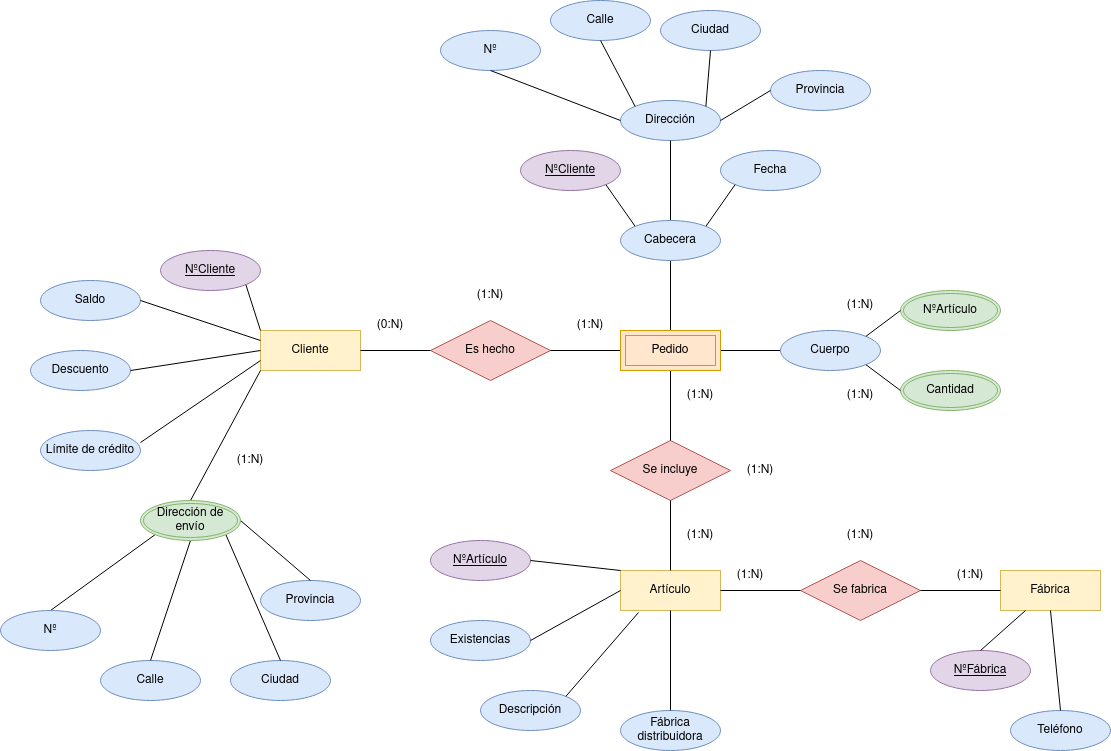
Earlier version of the draw.io export IMG/Sistema de artículos - Encargo.drawio.png (samugd17/base-datos-bae-). Source tidied: cells renumbered, new cells last; positions are measured from the earlier drawing's top-left corner, leaving out a move shared by most shapes.
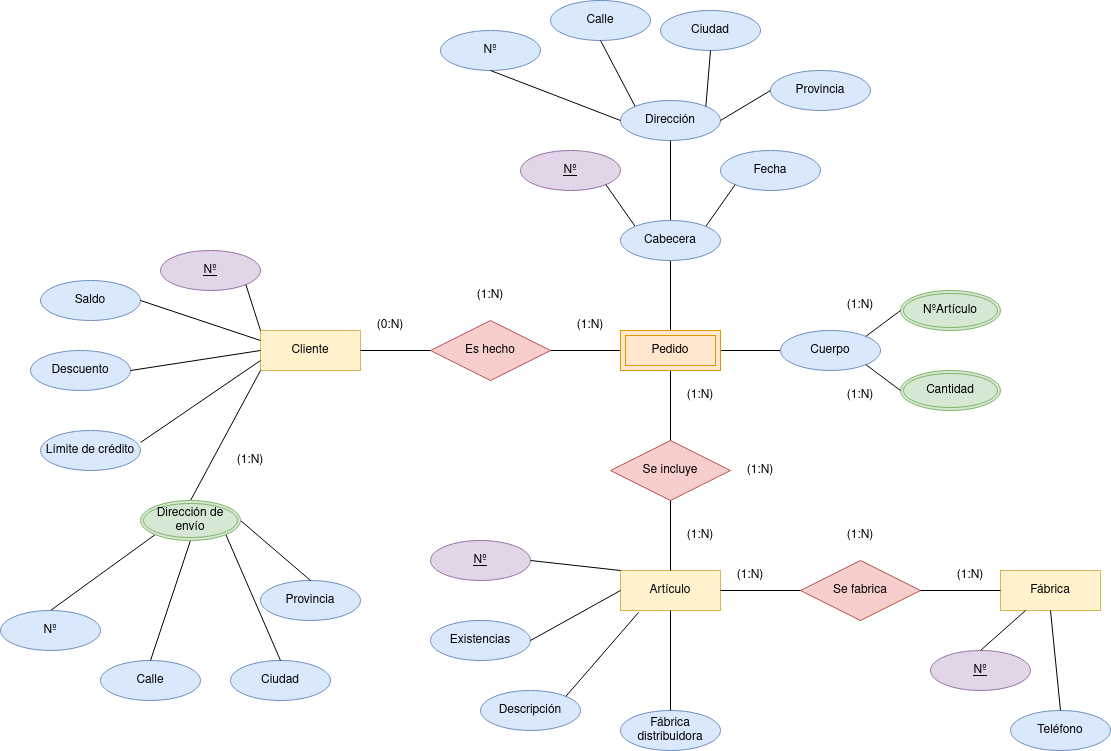
After the commit.

The edit, as a diff of the source:
```diff
@@ -20,7 +20,7 @@
     <mxCell id="7" value="Se fabrica" style="shape=rhombus;perimeter=rhombusPerimeter;whiteSpace=wrap;html=1;align=center;fillColor=#f8cecc;strokeColor=#b85450;" parent="1" vertex="1">
       <mxGeometry x="800" y="560" width="120" height="60" as="geometry" />
     </mxCell>
-    <mxCell id="8" value="NºCliente" style="ellipse;whiteSpace=wrap;html=1;align=center;fontStyle=4;fillColor=#e1d5e7;strokeColor=#9673a6;" parent="1" vertex="1">
+    <mxCell id="8" value="Nº" style="ellipse;whiteSpace=wrap;html=1;align=center;fontStyle=4;fillColor=#e1d5e7;strokeColor=#9673a6;" parent="1" vertex="1">
       <mxGeometry x="160" y="250" width="100" height="40" as="geometry" />
     </mxCell>
     <mxCell id="9" value="Saldo" style="ellipse;whiteSpace=wrap;html=1;align=center;fillColor=#dae8fc;strokeColor=#6c8ebf;" parent="1" vertex="1">
@@ -95,7 +95,7 @@
     <mxCell id="32" value="(1:N)" style="text;html=1;strokeColor=none;fillColor=none;align=center;verticalAlign=middle;whiteSpace=wrap;rounded=0;" parent="1" vertex="1">
       <mxGeometry x="220" y="445" width="60" height="30" as="geometry" />
     </mxCell>
-    <mxCell id="33" value="NºArtículo" style="ellipse;whiteSpace=wrap;html=1;align=center;fontStyle=4;fillColor=#e1d5e7;strokeColor=#9673a6;" parent="1" vertex="1">
+    <mxCell id="33" value="Nº" style="ellipse;whiteSpace=wrap;html=1;align=center;fontStyle=4;fillColor=#e1d5e7;strokeColor=#9673a6;" parent="1" vertex="1">
       <mxGeometry x="430" y="540" width="100" height="40" as="geometry" />
     </mxCell>
     <mxCell id="34" value="Existencias" style="ellipse;whiteSpace=wrap;html=1;align=center;fillColor=#dae8fc;strokeColor=#6c8ebf;" parent="1" vertex="1">
@@ -119,7 +119,7 @@
     <mxCell id="40" style="endArrow=none;html=1;rounded=0;entryX=1;entryY=0;entryDx=0;entryDy=0;exitX=0.18;exitY=1.05;exitDx=0;exitDy=0;exitPerimeter=0;" parent="1" edge="1" source="3" target="36">
       <mxGeometry relative="1" as="geometry" />
     </mxCell>
-    <mxCell id="41" value="NºFábrica" style="ellipse;whiteSpace=wrap;html=1;align=center;fontStyle=4;fillColor=#e1d5e7;strokeColor=#9673a6;" parent="1" vertex="1">
+    <mxCell id="41" value="Nº" style="ellipse;whiteSpace=wrap;html=1;align=center;fontStyle=4;fillColor=#e1d5e7;strokeColor=#9673a6;" parent="1" vertex="1">
       <mxGeometry x="930" y="650" width="100" height="40" as="geometry" />
     </mxCell>
     <mxCell id="42" value="Teléfono" style="ellipse;whiteSpace=wrap;html=1;align=center;fillColor=#dae8fc;strokeColor=#6c8ebf;" parent="1" vertex="1">
@@ -173,7 +173,7 @@
     <mxCell id="58" style="endArrow=none;html=1;rounded=0;exitX=0;exitY=1;exitDx=0;exitDy=0;entryX=1;entryY=0;entryDx=0;entryDy=0;" parent="1" edge="1" source="57" target="71">
       <mxGeometry relative="1" as="geometry" />
     </mxCell>
-    <mxCell id="59" value="NºCliente" style="ellipse;whiteSpace=wrap;html=1;align=center;fontStyle=4;fillColor=#e1d5e7;strokeColor=#9673a6;" parent="1" vertex="1">
+    <mxCell id="59" value="Nº" style="ellipse;whiteSpace=wrap;html=1;align=center;fontStyle=4;fillColor=#e1d5e7;strokeColor=#9673a6;" parent="1" vertex="1">
       <mxGeometry x="520" y="150" width="100" height="40" as="geometry" />
     </mxCell>
     <mxCell id="60" style="endArrow=none;html=1;rounded=0;exitX=1;exitY=1;exitDx=0;exitDy=0;entryX=0;entryY=0;entryDx=0;entryDy=0;" parent="1" edge="1" source="59" target="71">
```
